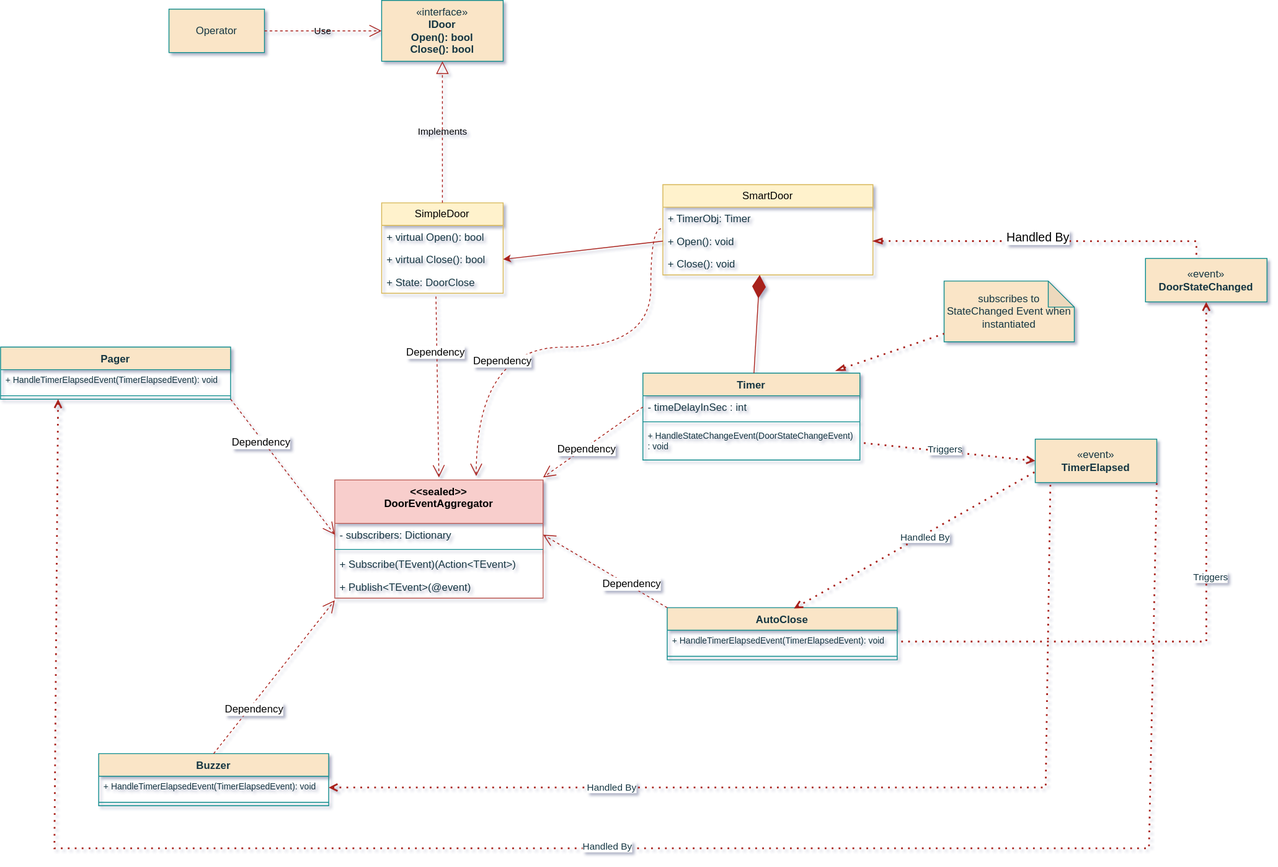
Earlier version of the draw.io export DoorModelEventAggregator.drawio.svg (sameert89/DoorEventAggregatorPattern). Source tidied: cells renumbered, new cells last; positions are measured from the earlier drawing's top-left corner, leaving out a move shared by most shapes.
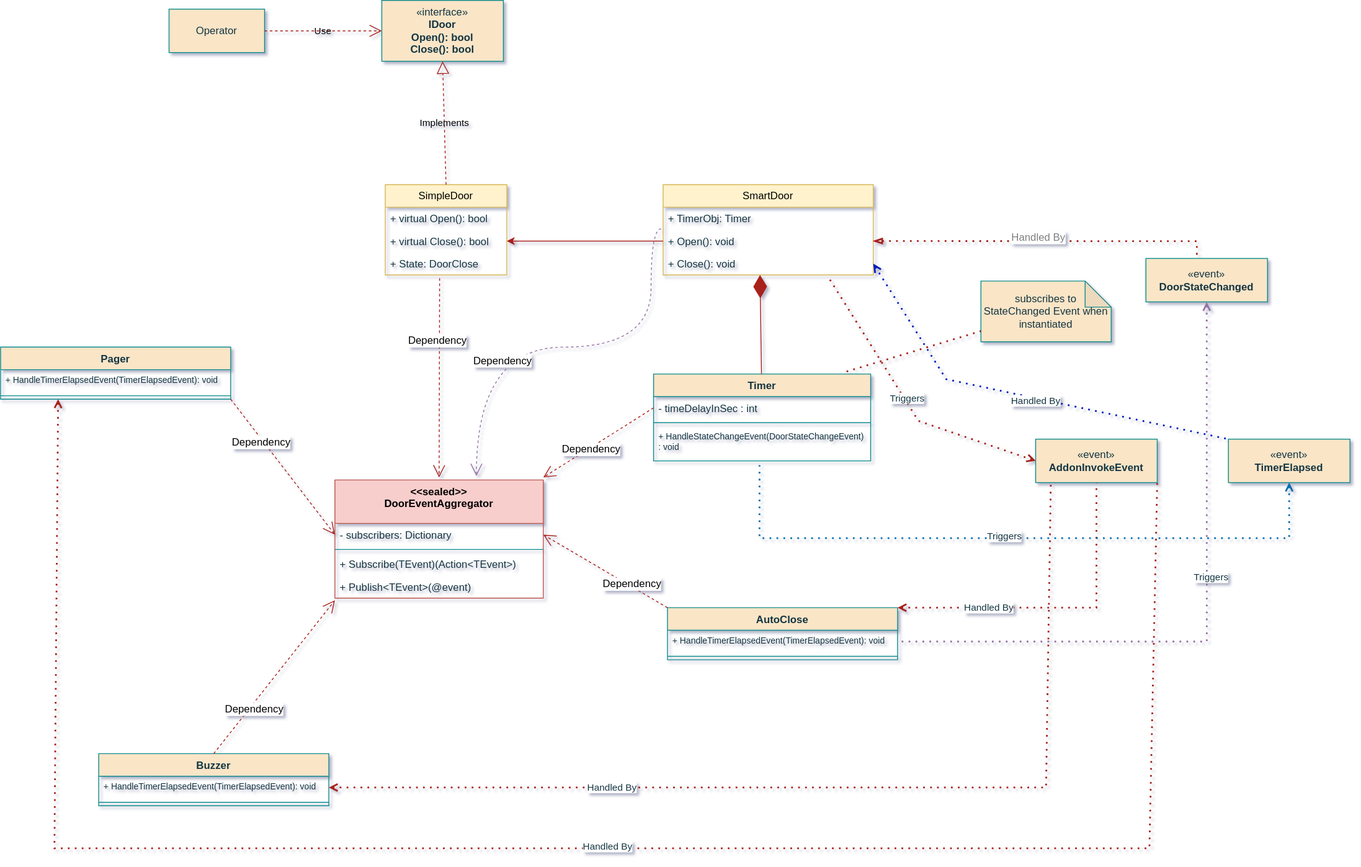
Above is the later version.

The edit, as a diff of the source:
```diff
@@ -5,11 +5,11 @@
     <mxCell id="2" value="«event»&lt;br&gt;&lt;b&gt;DoorStateChanged&lt;/b&gt;" style="html=1;whiteSpace=wrap;labelBackgroundColor=none;fillColor=#FAE5C7;strokeColor=#0F8B8D;fontColor=#143642;" parent="1" vertex="1">
       <mxGeometry x="1319" y="297" width="140" height="50" as="geometry" />
     </mxCell>
-    <mxCell id="3" value="«event»&lt;br&gt;&lt;b&gt;TimerElapsed&lt;/b&gt;" style="html=1;whiteSpace=wrap;labelBackgroundColor=none;fillColor=#FAE5C7;strokeColor=#0F8B8D;fontColor=#143642;" parent="1" vertex="1">
+    <mxCell id="3" value="«event»&lt;br&gt;&lt;b&gt;AddonInvokeEvent&lt;/b&gt;" style="html=1;whiteSpace=wrap;labelBackgroundColor=none;fillColor=#FAE5C7;strokeColor=#0F8B8D;fontColor=#143642;" parent="1" vertex="1">
       <mxGeometry x="1192" y="505" width="140" height="50" as="geometry" />
     </mxCell>
     <mxCell id="4" value="SimpleDoor" style="swimlane;fontStyle=0;horizontal=1;startSize=26;fillColor=#fff2cc;whiteSpace=wrap;html=1;labelBackgroundColor=none;strokeColor=#d6b656;" parent="1" vertex="1">
-      <mxGeometry x="439" y="233" width="140" height="104" as="geometry" />
+      <mxGeometry x="443" y="212" width="140" height="104" as="geometry" />
     </mxCell>
     <mxCell id="5" value="+ virtual Open(): bool" style="text;strokeColor=none;fillColor=none;align=left;verticalAlign=top;spacingLeft=4;spacingRight=4;overflow=hidden;whiteSpace=wrap;html=1;labelBackgroundColor=none;fontColor=#143642;" parent="4" vertex="1">
       <mxGeometry y="26" width="140" height="26" as="geometry" />
@@ -33,7 +33,7 @@
       <mxGeometry y="78" width="242" height="26" as="geometry" />
     </mxCell>
     <mxCell id="12" value="Timer" style="swimlane;fontStyle=1;align=center;verticalAlign=top;horizontal=1;startSize=26;whiteSpace=wrap;html=1;labelBackgroundColor=none;fillColor=#FAE5C7;strokeColor=#0F8B8D;fontColor=#143642;" parent="1" vertex="1">
-      <mxGeometry x="740" y="429" width="250" height="100" as="geometry" />
+      <mxGeometry x="752" y="430" width="250" height="100" as="geometry" />
     </mxCell>
     <mxCell id="13" value="- timeDelayInSec : int" style="text;strokeColor=none;fillColor=none;align=left;verticalAlign=top;spacingLeft=4;spacingRight=4;overflow=hidden;points=[[0,0.5],[1,0.5]];portConstraint=eastwest;whiteSpace=wrap;html=1;labelBackgroundColor=none;fontColor=#143642;" parent="12" vertex="1">
       <mxGeometry y="26" width="250" height="26" as="geometry" />
@@ -55,7 +55,7 @@
     <mxCell id="18" value="Dependency" style="edgeLabel;html=1;align=center;verticalAlign=middle;fontSize=12;" parent="17" vertex="1">
       <mxGeometry x="-0.38" y="-3" relative="1" as="geometry" />
     </mxCell>
-    <mxCell id="19" style="endArrow=open;endSize=12;dashed=1;html=1;rounded=0;exitX=-0.009;exitY=0.959;exitDx=0;exitDy=0;exitPerimeter=0;entryX=0.679;entryY=-0.02;entryDx=0;entryDy=0;entryPerimeter=0;edgeStyle=orthogonalEdgeStyle;elbow=vertical;curved=1;labelBackgroundColor=default;strokeColor=#A8201A;fontColor=default;" parent="1" edge="1" source="9">
+    <mxCell id="19" style="endArrow=open;endSize=12;dashed=1;html=1;rounded=0;exitX=-0.009;exitY=0.959;exitDx=0;exitDy=0;exitPerimeter=0;entryX=0.679;entryY=-0.02;entryDx=0;entryDy=0;entryPerimeter=0;edgeStyle=orthogonalEdgeStyle;elbow=vertical;curved=1;labelBackgroundColor=default;strokeColor=#9673a6;fontColor=default;fillColor=#e1d5e7;" parent="1" edge="1" source="9">
       <mxGeometry relative="1" as="geometry">
         <mxPoint x="548" y="547.4" as="targetPoint" />
         <Array as="points">
@@ -91,9 +91,9 @@
       <mxGeometry y="110" width="240" height="26" as="geometry" />
     </mxCell>
     <mxCell id="28" value="subscribes to StateChanged Event when instantiated" style="shape=note;whiteSpace=wrap;html=1;backgroundOutline=1;darkOpacity=0.05;labelBackgroundColor=none;fillColor=#FAE5C7;strokeColor=#0F8B8D;fontColor=#143642;" parent="1" vertex="1">
-      <mxGeometry x="1087" y="323" width="150" height="70" as="geometry" />
+      <mxGeometry x="1129" y="323" width="150" height="70" as="geometry" />
     </mxCell>
-    <mxCell id="29" style="endArrow=none;dashed=1;html=1;dashPattern=1 3;strokeWidth=2;rounded=0;exitX=0.889;exitY=-0.028;exitDx=0;exitDy=0;exitPerimeter=0;startArrow=blockThin;startFill=0;labelBackgroundColor=none;strokeColor=#A8201A;fontColor=default;" parent="1" edge="1" source="12" target="28">
+    <mxCell id="29" style="endArrow=none;dashed=1;html=1;dashPattern=1 3;strokeWidth=2;rounded=0;exitX=0.889;exitY=-0.028;exitDx=0;exitDy=0;exitPerimeter=0;startArrow=none;startFill=0;labelBackgroundColor=none;strokeColor=#A8201A;fontColor=default;" parent="1" edge="1" source="12" target="28">
       <mxGeometry relative="1" as="geometry" />
     </mxCell>
     <mxCell id="30" value="«interface»&lt;br&gt;&lt;b&gt;IDoor&lt;br&gt;Open(): bool&lt;br&gt;Close(): bool&lt;br&gt;&lt;/b&gt;" style="html=1;whiteSpace=wrap;labelBackgroundColor=none;fillColor=#FAE5C7;strokeColor=#0F8B8D;fontColor=#143642;" parent="1" vertex="1">
@@ -111,8 +111,12 @@
     <mxCell id="34" style="rounded=0;jettySize=auto;html=1;entryX=1;entryY=0.5;entryDx=0;entryDy=0;labelBackgroundColor=none;strokeColor=#A8201A;fontColor=default;exitX=0;exitY=0.5;exitDx=0;exitDy=0;" parent="1" edge="1" source="10" target="6">
       <mxGeometry relative="1" as="geometry" />
     </mxCell>
-    <mxCell id="35" style="endArrow=none;dashed=1;html=1;dashPattern=1 3;strokeWidth=2;rounded=0;entryX=1;entryY=0.5;entryDx=0;entryDy=0;startArrow=open;startFill=0;exitX=0;exitY=0.5;exitDx=0;exitDy=0;labelBackgroundColor=none;strokeColor=#A8201A;fontColor=default;" parent="1" edge="1" source="3" target="15">
-      <mxGeometry relative="1" as="geometry" />
+    <mxCell id="35" style="endArrow=none;dashed=1;html=1;dashPattern=1 3;strokeWidth=2;rounded=0;entryX=0.793;entryY=1.196;entryDx=0;entryDy=0;startArrow=open;startFill=0;exitX=0;exitY=0.5;exitDx=0;exitDy=0;labelBackgroundColor=none;strokeColor=#A8201A;fontColor=default;entryPerimeter=0;" parent="1" edge="1" source="3" target="11">
+      <mxGeometry relative="1" as="geometry">
+        <Array as="points">
+          <mxPoint x="1057" y="484" />
+        </Array>
+      </mxGeometry>
     </mxCell>
     <mxCell id="36" value="Triggers" style="edgeLabel;html=1;align=center;verticalAlign=middle;labelBackgroundColor=default;fontColor=#143642;" parent="35" vertex="1">
       <mxGeometry x="0.04" y="-3" relative="1" as="geometry" />
@@ -144,7 +148,7 @@
     <mxCell id="45" style="line;strokeWidth=1;fillColor=none;align=left;verticalAlign=middle;spacingTop=-1;spacingLeft=3;spacingRight=3;labelPosition=right;strokeColor=#0F8B8D;labelBackgroundColor=none;fontColor=#143642;" parent="43" vertex="1">
       <mxGeometry y="52" width="265" height="8" as="geometry" />
     </mxCell>
-    <mxCell id="46" style="endArrow=none;dashed=1;html=1;dashPattern=1 3;strokeWidth=2;rounded=0;entryX=1;entryY=0.5;entryDx=0;entryDy=0;startArrow=open;startFill=0;exitX=0.5;exitY=1;exitDx=0;exitDy=0;edgeStyle=orthogonalEdgeStyle;labelBackgroundColor=none;strokeColor=#A8201A;fontColor=default;" parent="1" edge="1" source="2" target="44">
+    <mxCell id="46" style="endArrow=none;dashed=1;html=1;dashPattern=1 3;strokeWidth=2;rounded=0;entryX=1;entryY=0.5;entryDx=0;entryDy=0;startArrow=open;startFill=0;exitX=0.5;exitY=1;exitDx=0;exitDy=0;edgeStyle=orthogonalEdgeStyle;labelBackgroundColor=none;strokeColor=#9673a6;fontColor=default;fillColor=#e1d5e7;" parent="1" edge="1" source="2" target="44">
       <mxGeometry relative="1" as="geometry" />
     </mxCell>
     <mxCell id="47" value="Triggers" style="edgeLabel;html=1;align=center;verticalAlign=middle;labelBackgroundColor=default;fontColor=#143642;" parent="46" vertex="1">
@@ -162,8 +166,12 @@
     <mxCell id="49" value="Handled By" style="edgeLabel;html=1;align=center;verticalAlign=middle;labelBackgroundColor=default;fontColor=#143642;" parent="48" vertex="1">
       <mxGeometry x="-0.45" y="1" relative="1" as="geometry" />
     </mxCell>
-    <mxCell id="50" style="endArrow=none;dashed=1;html=1;dashPattern=1 3;strokeWidth=2;rounded=0;entryX=0;entryY=0.75;entryDx=0;entryDy=0;startArrow=open;startFill=0;exitX=0.551;exitY=0.016;exitDx=0;exitDy=0;exitPerimeter=0;labelBackgroundColor=default;strokeColor=#A8201A;fontColor=default;" parent="1" edge="1" source="43" target="3">
-      <mxGeometry relative="1" as="geometry" />
+    <mxCell id="50" style="endArrow=none;dashed=1;html=1;dashPattern=1 3;strokeWidth=2;rounded=0;entryX=0;entryY=0;entryDx=0;entryDy=0;startArrow=open;startFill=0;exitX=1;exitY=0.5;exitDx=0;exitDy=0;labelBackgroundColor=default;strokeColor=#001DBC;fontColor=default;fillColor=#0050ef;" parent="1" edge="1" source="11" target="62">
+      <mxGeometry relative="1" as="geometry">
+        <Array as="points">
+          <mxPoint x="1089" y="436" />
+        </Array>
+      </mxGeometry>
     </mxCell>
     <mxCell id="51" value="Handled By" style="edgeLabel;html=1;align=center;verticalAlign=middle;labelBackgroundColor=default;fontColor=#143642;" parent="50" vertex="1">
       <mxGeometry x="0.07" y="-2" relative="1" as="geometry" />
@@ -184,7 +192,7 @@
     <mxCell id="54" style="endArrow=none;dashed=1;html=1;dashPattern=1 3;strokeWidth=2;rounded=0;exitX=1;exitY=0.5;exitDx=0;exitDy=0;startArrow=blockThin;startFill=0;labelBackgroundColor=none;strokeColor=#A8201A;fontColor=default;entryX=0.419;entryY=0.021;entryDx=0;entryDy=0;entryPerimeter=0;edgeStyle=orthogonalEdgeStyle;" parent="1" edge="1" source="10" target="2">
       <mxGeometry relative="1" as="geometry" />
     </mxCell>
-    <mxCell id="55" value="Handled By" style="edgeLabel;html=1;align=center;verticalAlign=middle;fontSize=14;" parent="54" vertex="1">
+    <mxCell id="55" value="Handled By" style="edgeLabel;html=1;align=center;verticalAlign=middle;fontSize=12;fontColor=#808080;" parent="54" vertex="1">
       <mxGeometry x="-0.04" y="5" relative="1" as="geometry" />
     </mxCell>
     <mxCell id="56" style="endArrow=open;endSize=12;dashed=1;html=1;rounded=0;exitX=1;exitY=1;exitDx=0;exitDy=0;entryX=0;entryY=0.5;entryDx=0;entryDy=0;labelBackgroundColor=default;strokeColor=#A8201A;fontColor=default;" parent="1" edge="1" source="40" target="24">
@@ -205,5 +213,30 @@
     <mxCell id="61" value="Dependency" style="edgeLabel;html=1;align=center;verticalAlign=middle;fontSize=12;" parent="60" vertex="1">
       <mxGeometry x="-0.38" y="-3" relative="1" as="geometry" />
     </mxCell>
+    <mxCell id="62" value="«event»&lt;br&gt;&lt;b&gt;TimerElapsed&lt;/b&gt;" style="html=1;whiteSpace=wrap;labelBackgroundColor=none;fillColor=#FAE5C7;strokeColor=#0F8B8D;fontColor=#143642;" parent="1" vertex="1">
+      <mxGeometry x="1414" y="505" width="140" height="50" as="geometry" />
+    </mxCell>
+    <mxCell id="63" style="endArrow=none;dashed=1;html=1;dashPattern=1 3;strokeWidth=2;rounded=0;entryX=0.5;entryY=1;entryDx=0;entryDy=0;startArrow=open;startFill=0;exitX=1;exitY=0;exitDx=0;exitDy=0;labelBackgroundColor=none;strokeColor=#A8201A;fontColor=default;" parent="1" edge="1" source="43" target="3">
+      <mxGeometry relative="1" as="geometry">
+        <Array as="points">
+          <mxPoint x="1262" y="699" />
+        </Array>
+      </mxGeometry>
+    </mxCell>
+    <mxCell id="64" value="Handled By" style="edgeLabel;html=1;align=center;verticalAlign=middle;labelBackgroundColor=default;fontColor=#143642;" parent="63" vertex="1">
+      <mxGeometry x="-0.45" y="1" relative="1" as="geometry" />
+    </mxCell>
+    <mxCell id="65" style="endArrow=none;dashed=1;html=1;dashPattern=1 3;strokeWidth=2;rounded=0;startArrow=open;startFill=0;exitX=0.5;exitY=1;exitDx=0;exitDy=0;labelBackgroundColor=none;strokeColor=#006EAF;fontColor=default;fillColor=#1ba1e2;" parent="1" edge="1" source="62">
+      <mxGeometry relative="1" as="geometry">
+        <mxPoint x="874" y="535" as="targetPoint" />
+        <Array as="points">
+          <mxPoint x="1484" y="619" />
+          <mxPoint x="874" y="619" />
+        </Array>
+      </mxGeometry>
+    </mxCell>
+    <mxCell id="66" value="Triggers" style="edgeLabel;html=1;align=center;verticalAlign=middle;labelBackgroundColor=default;fontColor=#143642;" parent="65" vertex="1">
+      <mxGeometry x="0.04" y="-3" relative="1" as="geometry" />
+    </mxCell>
   </root>
 </mxGraphModel>
```
